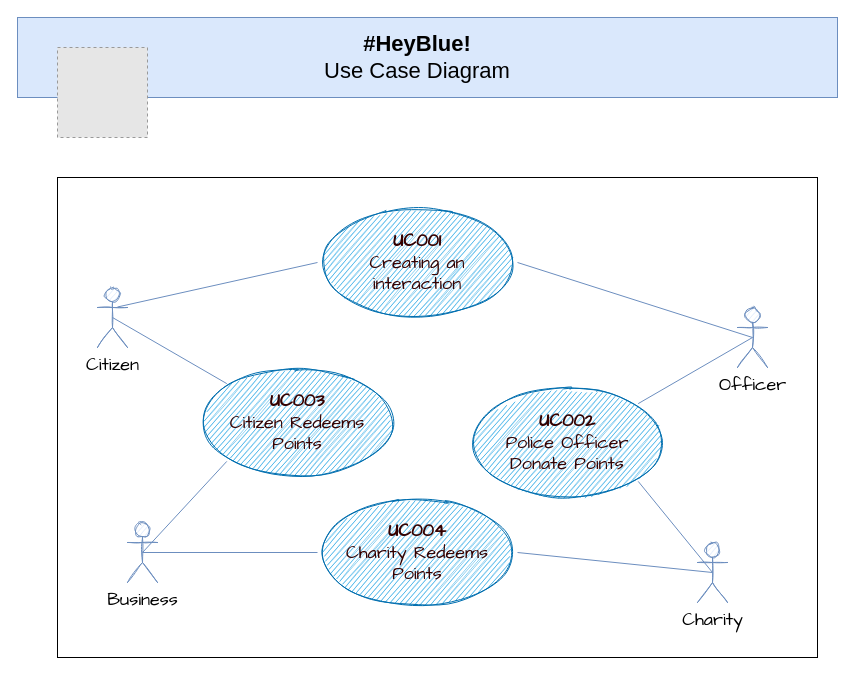
This is Requirements/Use Cases/Use Cases.drawio from ITDependsQ42022/Hey-Blue, a draw.io file, before an edit. Source tidied: cells renumbered, new cells numbered last; positions are measured from the earlier drawing's top-left corner, leaving out a move shared by most shapes. Both pictures are drawn from the tidied source at 100%, with x=0, y=0 at pixel (17, 17). Pictures stored in the file or linked from it are replaced by grey dashed boxes.
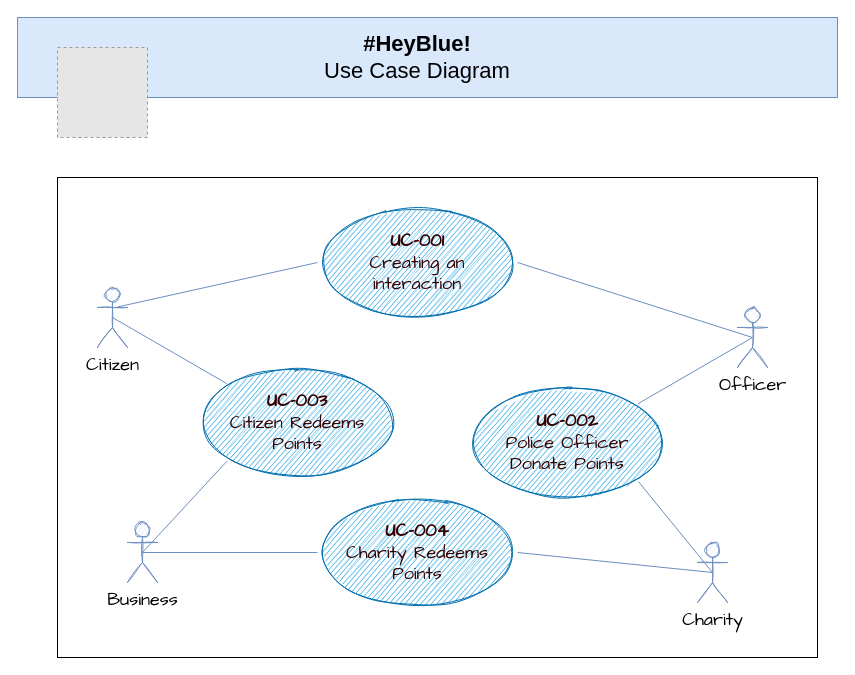
Above is the later version.

The edit, as a diff of the source:
```diff
@@
-    <mxCell id="5" value="&lt;font style=&quot;font-size: 18px;&quot; face=&quot;Architects Daughter&quot;&gt;&lt;b&gt;UC004&lt;br&gt;&lt;/b&gt;Charity Redeems &lt;br&gt;Points&lt;/font&gt;" style="ellipse;whiteSpace=wrap;html=1;fillColor=#1ba1e2;strokeColor=#006EAF;fontFamily=Architects Daughter;sketch=1;fontColor=#330000;" parent="1" vertex="1">
+    <mxCell id="5" value="&lt;font style=&quot;font-size: 18px;&quot; face=&quot;Architects Daughter&quot;&gt;&lt;b&gt;UC-004&lt;br&gt;&lt;/b&gt;Charity Redeems &lt;br&gt;Points&lt;/font&gt;" style="ellipse;whiteSpace=wrap;html=1;fillColor=#1ba1e2;strokeColor=#006EAF;fontFamily=Architects Daughter;sketch=1;fontColor=#330000;" parent="1" vertex="1">
       <mxGeometry x="300" y="480" width="200" height="110" as="geometry" />
     </mxCell>
-    <mxCell id="6" value="&lt;font style=&quot;font-size: 18px;&quot; face=&quot;Architects Daughter&quot;&gt;&lt;b&gt;UC003&lt;br&gt;&lt;/b&gt;Citizen Redeems&lt;br&gt;Points&lt;br&gt;&lt;/font&gt;" style="ellipse;whiteSpace=wrap;html=1;fillColor=#1ba1e2;strokeColor=#006EAF;fontFamily=Architects Daughter;sketch=1;fontColor=#330000;" parent="1" vertex="1">
+    <mxCell id="6" value="&lt;font style=&quot;font-size: 18px;&quot; face=&quot;Architects Daughter&quot;&gt;&lt;b&gt;UC-003&lt;br&gt;&lt;/b&gt;Citizen Redeems&lt;br&gt;Points&lt;br&gt;&lt;/font&gt;" style="ellipse;whiteSpace=wrap;html=1;fillColor=#1ba1e2;strokeColor=#006EAF;fontFamily=Architects Daughter;sketch=1;fontColor=#330000;" parent="1" vertex="1">
       <mxGeometry x="180" y="350" width="200" height="110" as="geometry" />
     </mxCell>
-    <mxCell id="7" value="&lt;font style=&quot;font-size: 18px;&quot; face=&quot;Architects Daughter&quot;&gt;&lt;b&gt;UC001&lt;/b&gt;&lt;br&gt;Creating an &lt;br&gt;interaction&lt;/font&gt;" style="ellipse;whiteSpace=wrap;html=1;fillColor=#1ba1e2;strokeColor=#006EAF;fontFamily=Architects Daughter;sketch=1;fontColor=#330000;" parent="1" vertex="1">
+    <mxCell id="7" value="&lt;font style=&quot;font-size: 18px;&quot; face=&quot;Architects Daughter&quot;&gt;&lt;b&gt;UC-001&lt;/b&gt;&lt;br&gt;Creating an &lt;br&gt;interaction&lt;/font&gt;" style="ellipse;whiteSpace=wrap;html=1;fillColor=#1ba1e2;strokeColor=#006EAF;fontFamily=Architects Daughter;sketch=1;fontColor=#330000;" parent="1" vertex="1">
       <mxGeometry x="300" y="190" width="200" height="110" as="geometry" />
     </mxCell>
-    <mxCell id="8" value="&lt;font style=&quot;font-size: 18px;&quot; face=&quot;Architects Daughter&quot;&gt;&lt;b&gt;UC002&lt;br&gt;&lt;/b&gt;Police Officer &lt;br&gt;Donate Points&lt;/font&gt;" style="ellipse;whiteSpace=wrap;html=1;fillColor=#1ba1e2;strokeColor=#006EAF;fontFamily=Architects Daughter;sketch=1;fontColor=#330000;" parent="1" vertex="1">
+    <mxCell id="8" value="&lt;font style=&quot;font-size: 18px;&quot; face=&quot;Architects Daughter&quot;&gt;&lt;b&gt;UC-002&lt;br&gt;&lt;/b&gt;Police Officer &lt;br&gt;Donate Points&lt;/font&gt;" style="ellipse;whiteSpace=wrap;html=1;fillColor=#1ba1e2;strokeColor=#006EAF;fontFamily=Architects Daughter;sketch=1;fontColor=#330000;" parent="1" vertex="1">
       <mxGeometry x="450" y="370" width="200" height="110" as="geometry" />
     </mxCell>
```
